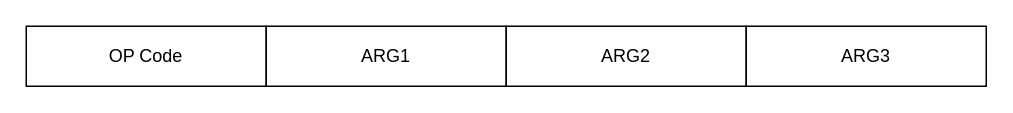
jaywor1/aps keeps this draw.io diagram as obrazky/instruction.drawio. Above is the earlier version. Source tidied: cells renumbered, new cells numbered last; positions are measured from the earlier drawing's top-left corner, leaving out a move shared by most shapes. Both pictures are drawn from the tidied source at 150%, with x=0, y=0 at pixel (26, 26).
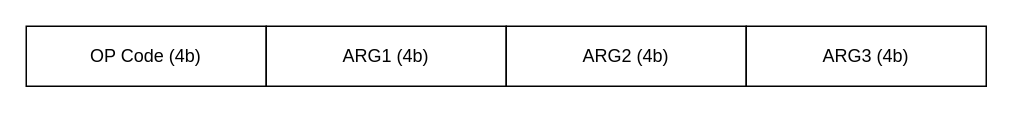
After the change.

Commit message (it also covers changes not shown here):
:recycle: Refactored instruction image

The edit, as a diff of the source:
```diff
@@
 <mxGraphModel>
   <root>
     <mxCell id="0" />
     <mxCell id="1" parent="0" />
-    <mxCell id="2" value="OP Code" style="rounded=0;whiteSpace=wrap;html=1;" parent="1" vertex="1">
+    <mxCell id="2" value="OP Code (4b)" style="rounded=0;whiteSpace=wrap;html=1;" parent="1" vertex="1">
       <mxGeometry width="160" height="40" as="geometry" />
     </mxCell>
-    <mxCell id="3" value="ARG1" style="rounded=0;whiteSpace=wrap;html=1;" parent="1" vertex="1">
+    <mxCell id="3" value="ARG1 (4b)" style="rounded=0;whiteSpace=wrap;html=1;" parent="1" vertex="1">
       <mxGeometry x="160" width="160" height="40" as="geometry" />
     </mxCell>
-    <mxCell id="4" value="ARG2" style="rounded=0;whiteSpace=wrap;html=1;" parent="1" vertex="1">
+    <mxCell id="4" value="ARG2 (4b)" style="rounded=0;whiteSpace=wrap;html=1;" parent="1" vertex="1">
       <mxGeometry x="320" width="160" height="40" as="geometry" />
     </mxCell>
-    <mxCell id="5" value="ARG3" style="rounded=0;whiteSpace=wrap;html=1;" parent="1" vertex="1">
+    <mxCell id="5" value="ARG3 (4b)" style="rounded=0;whiteSpace=wrap;html=1;" parent="1" vertex="1">
       <mxGeometry x="480" width="160" height="40" as="geometry" />
     </mxCell>
   </root>
 </mxGraphModel>
```
